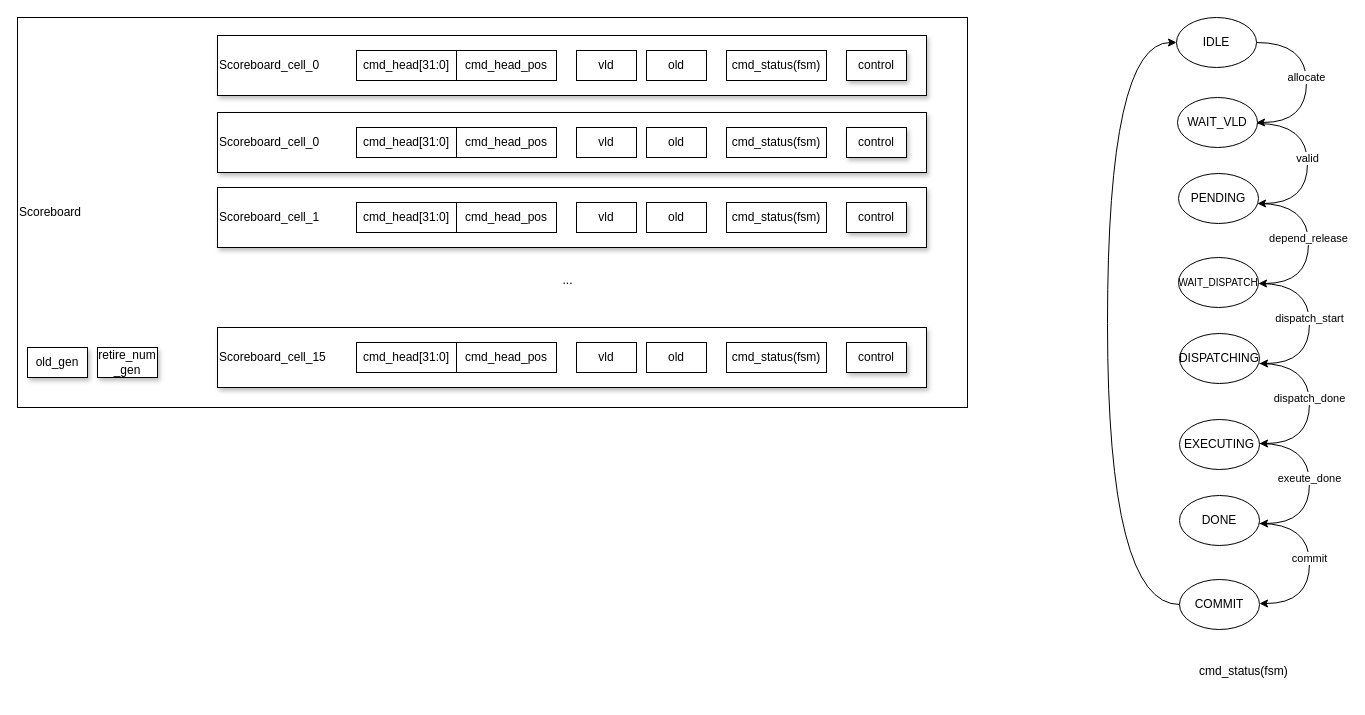
Before: page "Scoreboard" (4 of 8) of SCP.drawio in HelmutXie/blake2, a draw.io diagram. Source tidied: cells renumbered, new cells numbered last; positions are measured from the earlier drawing's top-left corner, leaving out a move shared by most shapes. Both pictures are drawn from the tidied source at 100%, with x=0, y=0 at pixel (17, 17).
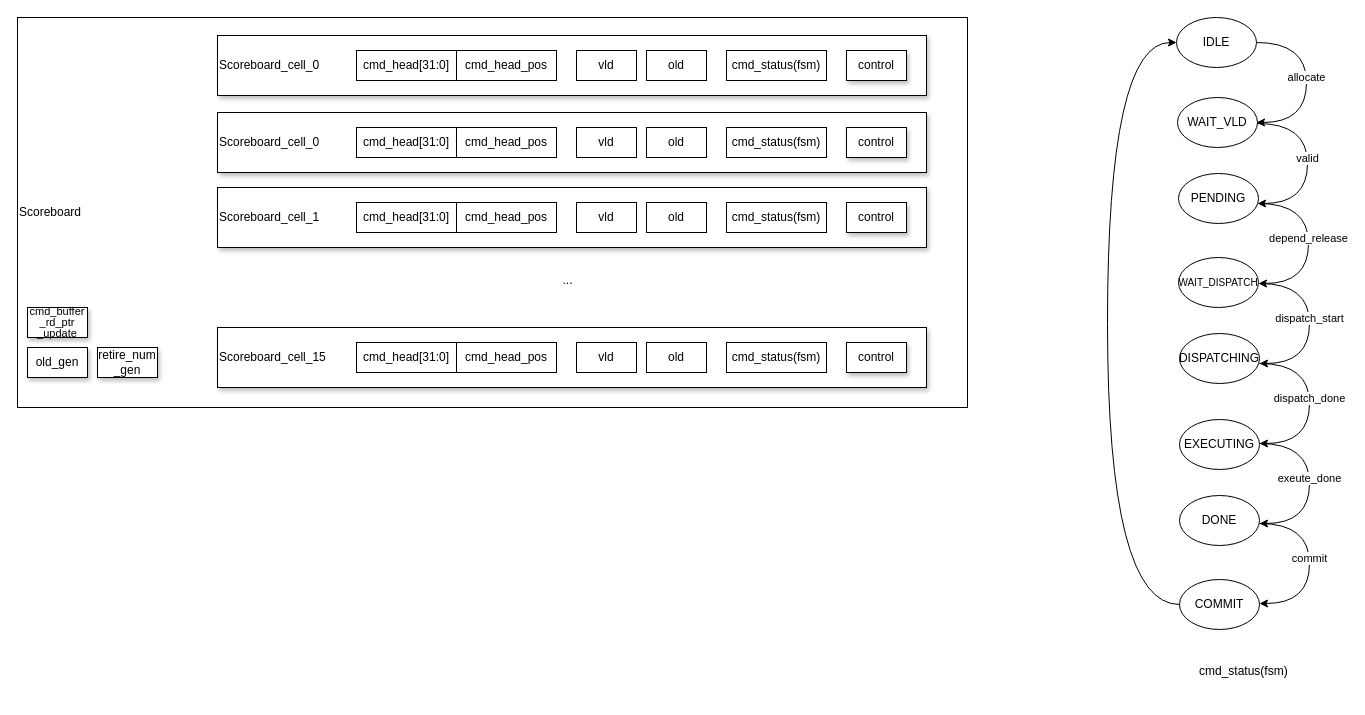
The same diagram, later.

Change to the diagram source:
```diff
@@
+    <mxCell id="58" value="&lt;p style=&quot;line-height: 100%; font-size: 11px;&quot;&gt;&lt;font style=&quot;font-size: 11px;&quot;&gt;cmd_buffer&lt;br style=&quot;font-size: 11px;&quot;&gt;_rd_ptr&lt;br style=&quot;font-size: 11px;&quot;&gt;_update&lt;/font&gt;&lt;/p&gt;" style="rounded=0;whiteSpace=wrap;html=1;shadow=1;" parent="1" vertex="1">
+      <mxGeometry x="10" y="290" width="60" height="30" as="geometry" />
+    </mxCell>
```
